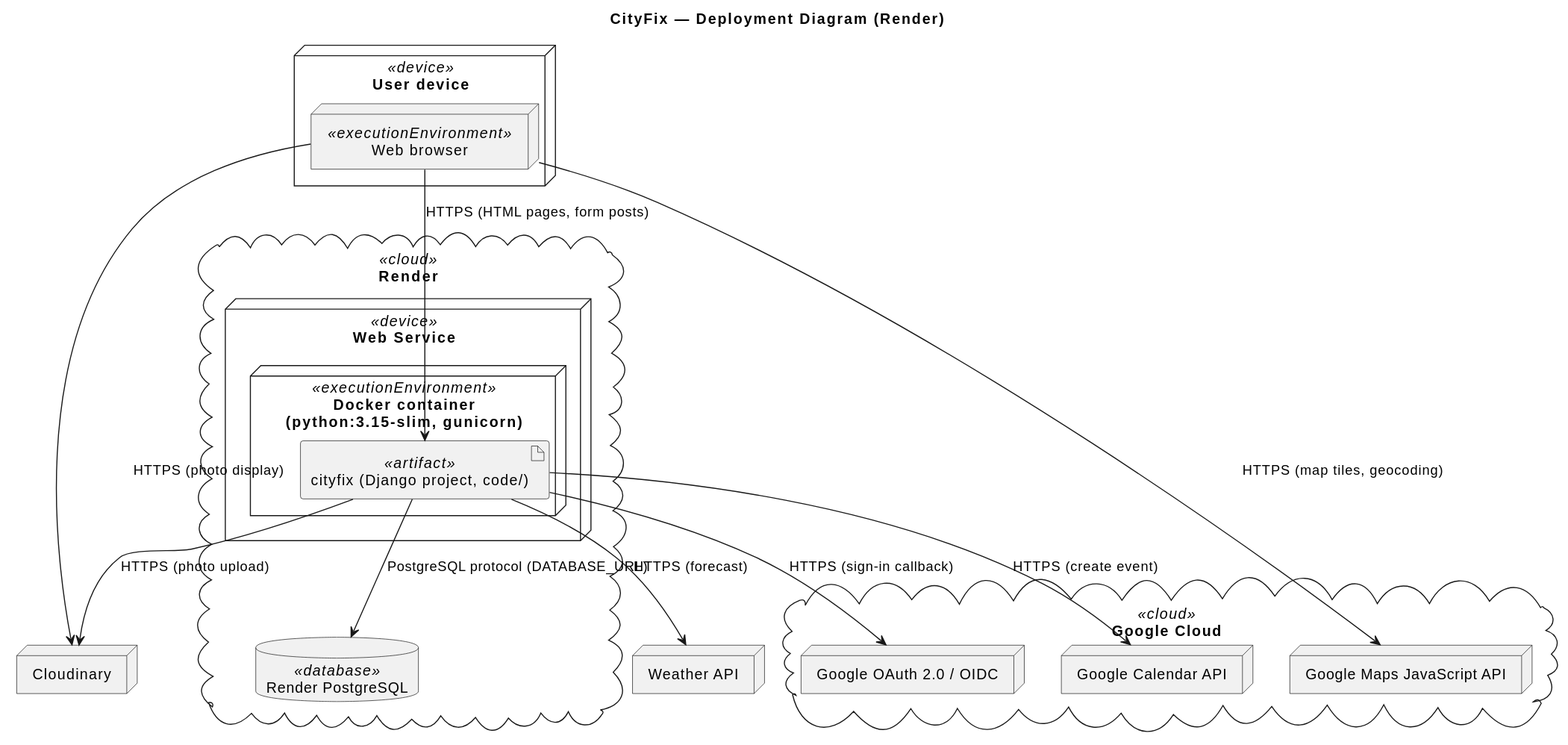
This is docs/assets/diagrams/deployment_diagram.svg from T3-Dev-Team/T3-Development, a PlantUML export, as it was before one commit.
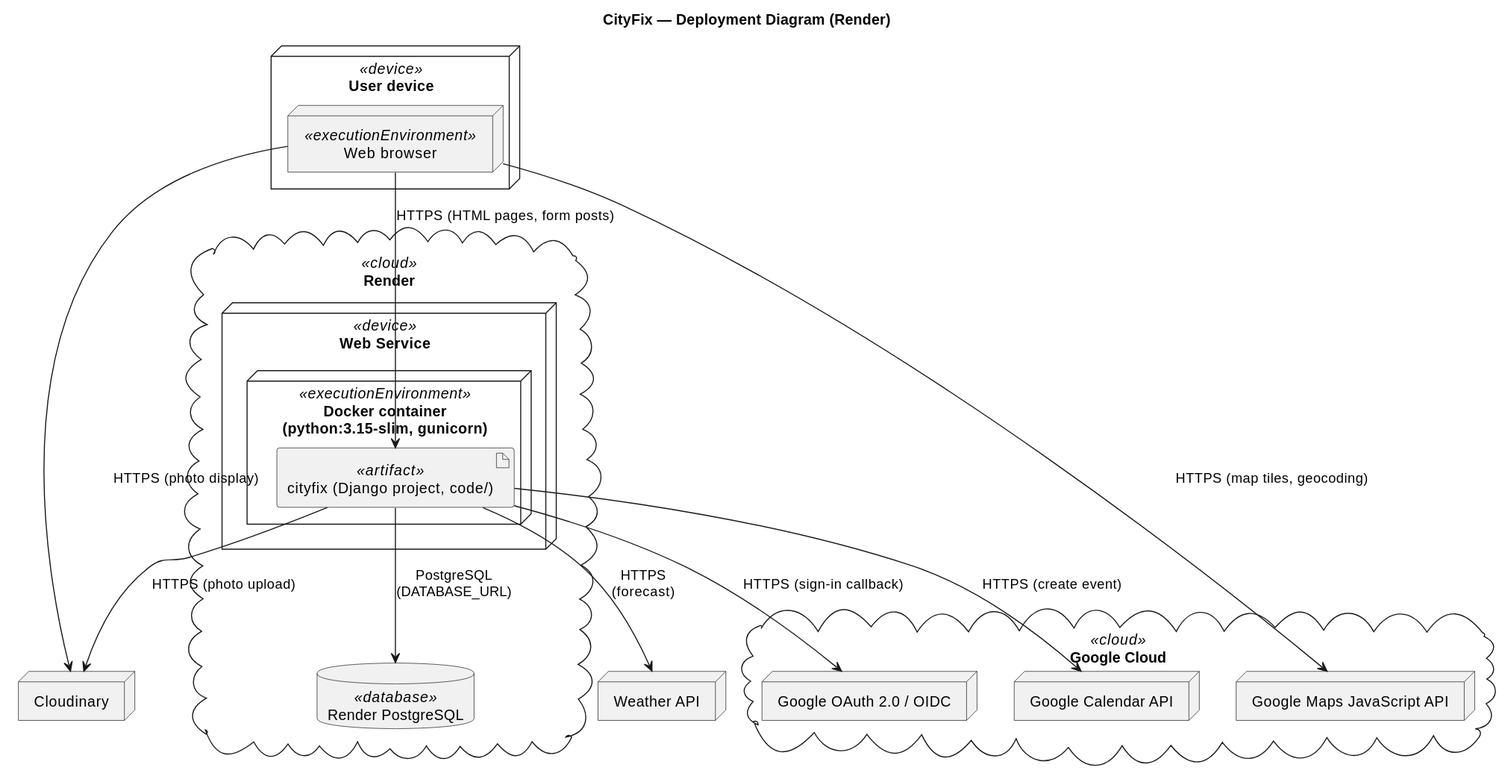
The same diagram one commit later.

The edit, as a diff of the source:
```diff
@@ -26,9 +26,9 @@
 browser --> app : HTTPS (HTML pages, form posts)
 browser --> maps : HTTPS (map tiles, geocoding)
 browser --> cdn : HTTPS (photo display)
-app --> db : PostgreSQL protocol (DATABASE_URL)
+app --> db : PostgreSQL\n(DATABASE_URL)
 app --> oauth : HTTPS (sign-in callback)
 app --> gcal : HTTPS (create event)
 app --> cdn : HTTPS (photo upload)
-app --> weather : HTTPS (forecast)
+app --> weather : HTTPS\n(forecast)
 @enduml
```
